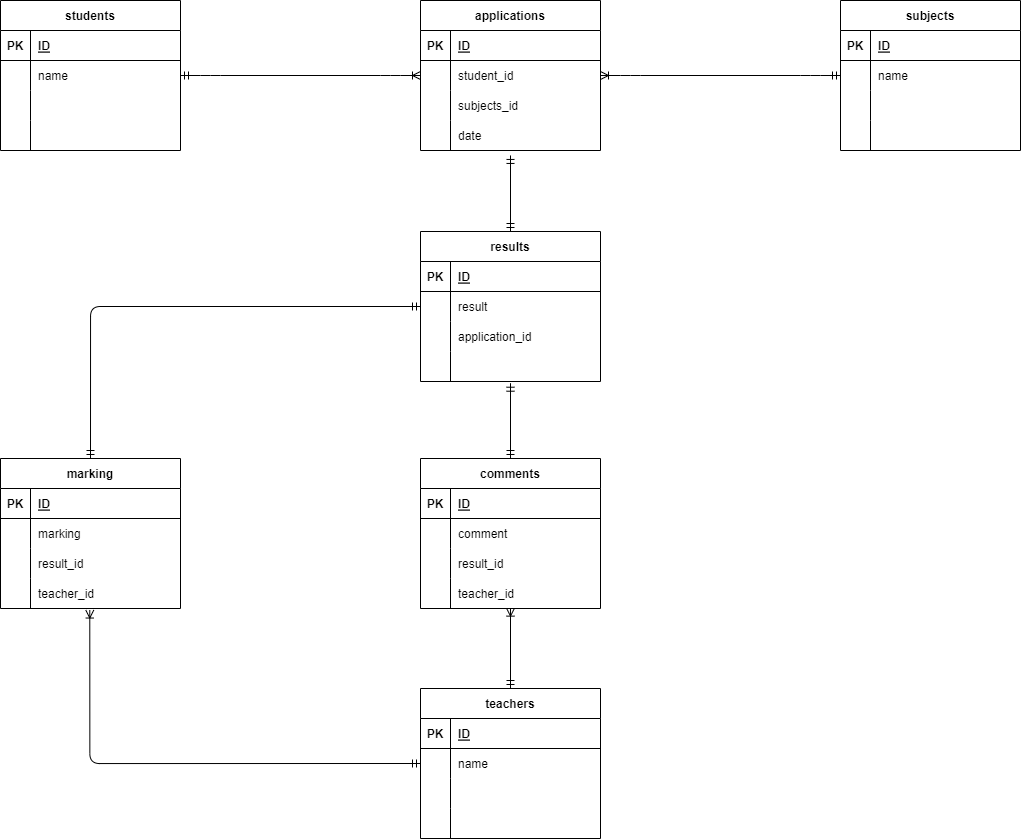
Earlier version of the draw.io export index.drawio.png (nishi0076/database-practice). Source tidied: cells renumbered, new cells last; positions are measured from the earlier drawing's top-left corner, leaving out a move shared by most shapes.
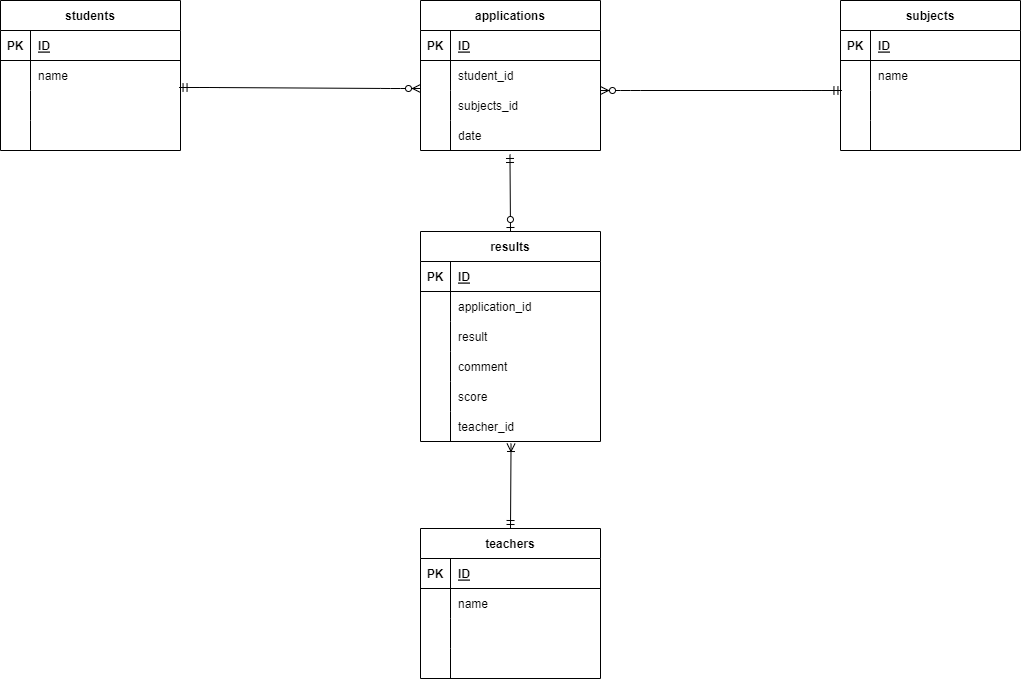
Above is the later version.

The edit, as a diff of the source:
```diff
@@ -119,53 +119,8 @@
     <mxCell id="40" value="date" style="shape=partialRectangle;fillColor=none;top=0;left=0;bottom=0;right=0;align=left;spacingLeft=6;overflow=hidden;" parent="38" vertex="1">
       <mxGeometry x="30" width="150" height="30" as="geometry" />
     </mxCell>
-    <mxCell id="41" style="edgeStyle=entityRelationEdgeStyle;fontSize=12;html=1;endArrow=ERoneToMany;startArrow=ERmandOne;strokeColor=default;exitX=1;exitY=0.5;exitDx=0;exitDy=0;entryX=0;entryY=0.5;entryDx=0;entryDy=0;" parent="1" edge="1" source="6" target="32">
-      <mxGeometry relative="1" as="geometry" />
-    </mxCell>
-    <mxCell id="42" style="edgeStyle=entityRelationEdgeStyle;fontSize=12;html=1;endArrow=ERoneToMany;startArrow=ERmandOne;strokeColor=default;exitX=0;exitY=0.5;exitDx=0;exitDy=0;entryX=1;entryY=0.5;entryDx=0;entryDy=0;" parent="1" edge="1" source="19" target="32">
-      <mxGeometry relative="1" as="geometry" />
-    </mxCell>
-    <mxCell id="43" value="comments" style="shape=table;startSize=30;rowLines=0;fontStyle=1;align=center;" parent="1" vertex="1">
-      <mxGeometry x="420" y="458" width="180" height="150" as="geometry" />
-    </mxCell>
-    <mxCell id="44" style="shape=tableRow;horizontal=0;startSize=0;swimlaneHead=0;swimlaneBody=0;fillColor=none;top=0;left=0;right=0;bottom=1;" parent="43" vertex="1">
-      <mxGeometry y="30" width="180" height="30" as="geometry" />
-    </mxCell>
-    <mxCell id="45" value="PK" style="shape=partialRectangle;fillColor=none;top=0;left=0;bottom=0;right=0;fontStyle=1;overflow=hidden;" parent="44" vertex="1">
-      <mxGeometry width="30" height="30" as="geometry" />
-    </mxCell>
-    <mxCell id="46" value="ID" style="shape=partialRectangle;fillColor=none;top=0;left=0;bottom=0;right=0;align=left;spacingLeft=6;fontStyle=5;overflow=hidden;" parent="44" vertex="1">
-      <mxGeometry x="30" width="150" height="30" as="geometry" />
-    </mxCell>
-    <mxCell id="47" style="shape=tableRow;horizontal=0;startSize=0;swimlaneHead=0;swimlaneBody=0;fillColor=none;top=0;left=0;right=0;bottom=0;" parent="43" vertex="1">
-      <mxGeometry y="60" width="180" height="30" as="geometry" />
-    </mxCell>
-    <mxCell id="48" style="shape=partialRectangle;fillColor=none;top=0;left=0;bottom=0;right=0;overflow=hidden;" parent="47" vertex="1">
-      <mxGeometry width="30" height="30" as="geometry" />
-    </mxCell>
-    <mxCell id="49" value="comment" style="shape=partialRectangle;fillColor=none;top=0;left=0;bottom=0;right=0;align=left;spacingLeft=6;overflow=hidden;" parent="47" vertex="1">
-      <mxGeometry x="30" width="150" height="30" as="geometry" />
-    </mxCell>
-    <mxCell id="50" style="shape=tableRow;horizontal=0;startSize=0;swimlaneHead=0;swimlaneBody=0;fillColor=none;top=0;left=0;right=0;bottom=0;" parent="43" vertex="1">
-      <mxGeometry y="90" width="180" height="30" as="geometry" />
-    </mxCell>
-    <mxCell id="51" style="shape=partialRectangle;fillColor=none;top=0;left=0;bottom=0;right=0;overflow=hidden;" parent="50" vertex="1">
-      <mxGeometry width="30" height="30" as="geometry" />
-    </mxCell>
-    <mxCell id="52" value="result_id" style="shape=partialRectangle;fillColor=none;top=0;left=0;bottom=0;right=0;align=left;spacingLeft=6;overflow=hidden;" parent="50" vertex="1">
-      <mxGeometry x="30" width="150" height="30" as="geometry" />
-    </mxCell>
-    <mxCell id="53" style="shape=tableRow;horizontal=0;startSize=0;swimlaneHead=0;swimlaneBody=0;fillColor=none;points=[[0,0.5],[1,0.5]];portConstraint=eastwest;top=0;left=0;right=0;bottom=0;" parent="43" vertex="1">
-      <mxGeometry y="120" width="180" height="30" as="geometry" />
-    </mxCell>
-    <mxCell id="54" style="shape=partialRectangle;fillColor=none;top=0;left=0;bottom=0;right=0;overflow=hidden;" parent="53" vertex="1">
-      <mxGeometry width="30" height="30" as="geometry" />
-    </mxCell>
-    <mxCell id="55" value="teacher_id" style="shape=partialRectangle;fillColor=none;top=0;left=0;bottom=0;right=0;align=left;spacingLeft=6;overflow=hidden;" parent="53" vertex="1">
-      <mxGeometry x="30" width="150" height="30" as="geometry" />
-    </mxCell>
     <mxCell id="56" value="results" style="shape=table;startSize=30;rowLines=0;fontStyle=1;align=center;" parent="1" vertex="1">
-      <mxGeometry x="420" y="231" width="180" height="150" as="geometry" />
+      <mxGeometry x="420" y="231" width="180" height="210" as="geometry" />
     </mxCell>
     <mxCell id="57" style="shape=tableRow;horizontal=0;startSize=0;swimlaneHead=0;swimlaneBody=0;fillColor=none;top=0;left=0;right=0;bottom=1;" parent="56" vertex="1">
       <mxGeometry y="30" width="180" height="30" as="geometry" />
@@ -182,7 +137,7 @@
     <mxCell id="61" style="shape=partialRectangle;fillColor=none;top=0;left=0;bottom=0;right=0;overflow=hidden;" parent="60" vertex="1">
       <mxGeometry width="30" height="30" as="geometry" />
     </mxCell>
-    <mxCell id="62" value="result" style="shape=partialRectangle;fillColor=none;top=0;left=0;bottom=0;right=0;align=left;spacingLeft=6;overflow=hidden;" parent="60" vertex="1">
+    <mxCell id="62" value="application_id" style="shape=partialRectangle;fillColor=none;top=0;left=0;bottom=0;right=0;align=left;spacingLeft=6;overflow=hidden;" parent="60" vertex="1">
       <mxGeometry x="30" width="150" height="30" as="geometry" />
     </mxCell>
     <mxCell id="63" style="shape=tableRow;horizontal=0;startSize=0;swimlaneHead=0;swimlaneBody=0;fillColor=none;top=0;left=0;right=0;bottom=0;" parent="56" vertex="1">
@@ -191,7 +146,7 @@
     <mxCell id="64" style="shape=partialRectangle;fillColor=none;top=0;left=0;bottom=0;right=0;overflow=hidden;" parent="63" vertex="1">
       <mxGeometry width="30" height="30" as="geometry" />
     </mxCell>
-    <mxCell id="65" value="application_id" style="shape=partialRectangle;fillColor=none;top=0;left=0;bottom=0;right=0;align=left;spacingLeft=6;overflow=hidden;" parent="63" vertex="1">
+    <mxCell id="65" value="result" style="shape=partialRectangle;fillColor=none;top=0;left=0;bottom=0;right=0;align=left;spacingLeft=6;overflow=hidden;" parent="63" vertex="1">
       <mxGeometry x="30" width="150" height="30" as="geometry" />
     </mxCell>
     <mxCell id="66" style="shape=tableRow;horizontal=0;startSize=0;swimlaneHead=0;swimlaneBody=0;fillColor=none;points=[[0,0.5],[1,0.5]];portConstraint=eastwest;top=0;left=0;right=0;bottom=0;" parent="56" vertex="1">
@@ -200,11 +155,29 @@
     <mxCell id="67" style="shape=partialRectangle;fillColor=none;top=0;left=0;bottom=0;right=0;overflow=hidden;" parent="66" vertex="1">
       <mxGeometry width="30" height="30" as="geometry" />
     </mxCell>
-    <mxCell id="68" style="shape=partialRectangle;fillColor=none;top=0;left=0;bottom=0;right=0;align=left;spacingLeft=6;overflow=hidden;" parent="66" vertex="1">
+    <mxCell id="68" value="comment" style="shape=partialRectangle;fillColor=none;top=0;left=0;bottom=0;right=0;align=left;spacingLeft=6;overflow=hidden;" parent="66" vertex="1">
       <mxGeometry x="30" width="150" height="30" as="geometry" />
     </mxCell>
+    <mxCell id="100" style="shape=tableRow;horizontal=0;startSize=0;swimlaneHead=0;swimlaneBody=0;fillColor=none;top=0;left=0;right=0;bottom=0;" parent="56" vertex="1">
+      <mxGeometry y="150" width="180" height="30" as="geometry" />
+    </mxCell>
+    <mxCell id="101" style="shape=partialRectangle;fillColor=none;top=0;left=0;bottom=0;right=0;overflow=hidden;" parent="100" vertex="1">
+      <mxGeometry width="30" height="30" as="geometry" />
+    </mxCell>
+    <mxCell id="102" value="score" style="shape=partialRectangle;fillColor=none;top=0;left=0;bottom=0;right=0;align=left;spacingLeft=6;overflow=hidden;" parent="100" vertex="1">
+      <mxGeometry x="30" width="150" height="30" as="geometry" />
+    </mxCell>
+    <mxCell id="103" style="shape=tableRow;horizontal=0;startSize=0;swimlaneHead=0;swimlaneBody=0;fillColor=none;points=[[0,0.5],[1,0.5]];portConstraint=eastwest;top=0;left=0;right=0;bottom=0;" parent="56" vertex="1">
+      <mxGeometry y="180" width="180" height="30" as="geometry" />
+    </mxCell>
+    <mxCell id="104" style="shape=partialRectangle;fillColor=none;top=0;left=0;bottom=0;right=0;overflow=hidden;" parent="103" vertex="1">
+      <mxGeometry width="30" height="30" as="geometry" />
+    </mxCell>
+    <mxCell id="105" value="teacher_id" style="shape=partialRectangle;fillColor=none;top=0;left=0;bottom=0;right=0;align=left;spacingLeft=6;overflow=hidden;" parent="103" vertex="1">
+      <mxGeometry x="30" width="150" height="30" as="geometry" />
+    </mxCell>
     <mxCell id="69" value="teachers" style="shape=table;startSize=30;rowLines=0;fontStyle=1;align=center;" parent="1" vertex="1">
-      <mxGeometry x="420" y="688" width="180" height="150" as="geometry" />
+      <mxGeometry x="420" y="528" width="180" height="150" as="geometry" />
     </mxCell>
     <mxCell id="70" style="shape=tableRow;horizontal=0;startSize=0;swimlaneHead=0;swimlaneBody=0;fillColor=none;top=0;left=0;right=0;bottom=1;" parent="69" vertex="1">
       <mxGeometry y="30" width="180" height="30" as="geometry" />
@@ -242,63 +215,19 @@
     <mxCell id="81" style="shape=partialRectangle;fillColor=none;top=0;left=0;bottom=0;right=0;align=left;spacingLeft=6;overflow=hidden;" parent="79" vertex="1">
       <mxGeometry x="30" width="150" height="30" as="geometry" />
     </mxCell>
-    <mxCell id="82" value="marking" style="shape=table;startSize=30;rowLines=0;fontStyle=1;align=center;" parent="1" vertex="1">
-      <mxGeometry y="458" width="180" height="150" as="geometry" />
-    </mxCell>
-    <mxCell id="83" style="shape=tableRow;horizontal=0;startSize=0;swimlaneHead=0;swimlaneBody=0;fillColor=none;top=0;left=0;right=0;bottom=1;" parent="82" vertex="1">
-      <mxGeometry y="30" width="180" height="30" as="geometry" />
-    </mxCell>
-    <mxCell id="84" value="PK" style="shape=partialRectangle;fillColor=none;top=0;left=0;bottom=0;right=0;fontStyle=1;overflow=hidden;" parent="83" vertex="1">
-      <mxGeometry width="30" height="30" as="geometry" />
-    </mxCell>
-    <mxCell id="85" value="ID" style="shape=partialRectangle;fillColor=none;top=0;left=0;bottom=0;right=0;align=left;spacingLeft=6;fontStyle=5;overflow=hidden;" parent="83" vertex="1">
-      <mxGeometry x="30" width="150" height="30" as="geometry" />
-    </mxCell>
-    <mxCell id="86" style="shape=tableRow;horizontal=0;startSize=0;swimlaneHead=0;swimlaneBody=0;fillColor=none;top=0;left=0;right=0;bottom=0;" parent="82" vertex="1">
-      <mxGeometry y="60" width="180" height="30" as="geometry" />
-    </mxCell>
-    <mxCell id="87" style="shape=partialRectangle;fillColor=none;top=0;left=0;bottom=0;right=0;overflow=hidden;" parent="86" vertex="1">
-      <mxGeometry width="30" height="30" as="geometry" />
-    </mxCell>
-    <mxCell id="88" value="marking" style="shape=partialRectangle;fillColor=none;top=0;left=0;bottom=0;right=0;align=left;spacingLeft=6;overflow=hidden;" parent="86" vertex="1">
-      <mxGeometry x="30" width="150" height="30" as="geometry" />
-    </mxCell>
-    <mxCell id="89" style="shape=tableRow;horizontal=0;startSize=0;swimlaneHead=0;swimlaneBody=0;fillColor=none;top=0;left=0;right=0;bottom=0;" parent="82" vertex="1">
-      <mxGeometry y="90" width="180" height="30" as="geometry" />
-    </mxCell>
-    <mxCell id="90" style="shape=partialRectangle;fillColor=none;top=0;left=0;bottom=0;right=0;overflow=hidden;" parent="89" vertex="1">
-      <mxGeometry width="30" height="30" as="geometry" />
-    </mxCell>
-    <mxCell id="91" value="result_id" style="shape=partialRectangle;fillColor=none;top=0;left=0;bottom=0;right=0;align=left;spacingLeft=6;overflow=hidden;" parent="89" vertex="1">
-      <mxGeometry x="30" width="150" height="30" as="geometry" />
-    </mxCell>
-    <mxCell id="92" style="shape=tableRow;horizontal=0;startSize=0;swimlaneHead=0;swimlaneBody=0;fillColor=none;points=[[0,0.5],[1,0.5]];portConstraint=eastwest;top=0;left=0;right=0;bottom=0;" parent="82" vertex="1">
-      <mxGeometry y="120" width="180" height="30" as="geometry" />
-    </mxCell>
-    <mxCell id="93" style="shape=partialRectangle;fillColor=none;top=0;left=0;bottom=0;right=0;overflow=hidden;" parent="92" vertex="1">
-      <mxGeometry width="30" height="30" as="geometry" />
-    </mxCell>
-    <mxCell id="94" value="teacher_id" style="shape=partialRectangle;fillColor=none;top=0;left=0;bottom=0;right=0;align=left;spacingLeft=6;overflow=hidden;" parent="92" vertex="1">
-      <mxGeometry x="30" width="150" height="30" as="geometry" />
-    </mxCell>
-    <mxCell id="95" style="fontSize=12;html=1;endArrow=ERmandOne;startArrow=ERmandOne;strokeColor=default;entryX=0.5;entryY=1.165;entryDx=0;entryDy=0;entryPerimeter=0;exitX=0.5;exitY=0;exitDx=0;exitDy=0;" parent="1" edge="1" source="56" target="38">
-      <mxGeometry relative="1" as="geometry" />
-    </mxCell>
-    <mxCell id="96" style="fontSize=12;html=1;endArrow=ERmandOne;startArrow=ERmandOne;strokeColor=default;entryX=0.5;entryY=1.057;entryDx=0;entryDy=0;entryPerimeter=0;exitX=0.5;exitY=0;exitDx=0;exitDy=0;" parent="1" edge="1" source="43" target="66">
-      <mxGeometry relative="1" as="geometry" />
-    </mxCell>
-    <mxCell id="97" style="edgeStyle=orthogonalEdgeStyle;fontSize=12;html=1;endArrow=ERmandOne;startArrow=ERmandOne;strokeColor=default;entryX=0;entryY=0.5;entryDx=0;entryDy=0;exitX=0.5;exitY=0;exitDx=0;exitDy=0;" parent="1" edge="1" source="82" target="60">
-      <mxGeometry relative="1" as="geometry" />
-    </mxCell>
-    <mxCell id="98" style="fontSize=12;html=1;endArrow=ERoneToMany;startArrow=ERmandOne;strokeColor=default;entryX=0.5;entryY=0.988;entryDx=0;entryDy=0;exitX=0.5;exitY=0;exitDx=0;exitDy=0;entryPerimeter=0;" parent="1" edge="1" source="69" target="53">
-      <mxGeometry relative="1" as="geometry" />
-    </mxCell>
-    <mxCell id="99" style="edgeStyle=orthogonalEdgeStyle;fontSize=12;html=1;endArrow=ERoneToMany;startArrow=ERmandOne;strokeColor=default;exitX=0;exitY=0.5;exitDx=0;exitDy=0;entryX=0.496;entryY=1.051;entryDx=0;entryDy=0;entryPerimeter=0;" parent="1" edge="1" source="73" target="92">
-      <mxGeometry relative="1" as="geometry">
-        <Array as="points">
-          <mxPoint x="89" y="763" />
-        </Array>
-      </mxGeometry>
-    </mxCell>
+    <mxCell id="106" style="fontSize=12;html=1;endArrow=ERoneToMany;startArrow=ERmandOne;exitX=0.5;exitY=0;exitDx=0;exitDy=0;entryX=0.503;entryY=1.067;entryDx=0;entryDy=0;entryPerimeter=0;" parent="1" edge="1" source="69" target="103">
+      <mxGeometry relative="1" as="geometry" />
+    </mxCell>
+    <mxCell id="107" style="fontSize=12;html=1;endArrow=ERzeroToOne;startArrow=ERmandOne;exitX=0.497;exitY=1.133;exitDx=0;exitDy=0;exitPerimeter=0;entryX=0.5;entryY=0;entryDx=0;entryDy=0;" parent="1" edge="1" source="38" target="56">
+      <mxGeometry relative="1" as="geometry" />
+    </mxCell>
+    <mxCell id="108" style="edgeStyle=entityRelationEdgeStyle;fontSize=12;html=1;endArrow=ERzeroToMany;startArrow=ERmandOne;exitX=0.008;exitY=0;exitDx=0;exitDy=0;exitPerimeter=0;entryX=1;entryY=0;entryDx=0;entryDy=0;entryPerimeter=0;" parent="1" edge="1" source="22" target="35">
+      <mxGeometry relative="1" as="geometry" />
+    </mxCell>
+    <mxCell id="109" style="edgeStyle=entityRelationEdgeStyle;fontSize=12;html=1;endArrow=ERzeroToMany;startArrow=ERmandOne;exitX=0.992;exitY=-0.1;exitDx=0;exitDy=0;exitPerimeter=0;" parent="1" edge="1" source="9">
+      <mxGeometry relative="1" as="geometry">
+        <mxPoint x="420" y="88" as="targetPoint" />
+      </mxGeometry>
+    </mxCell>
   </root>
 </mxGraphModel>
```
